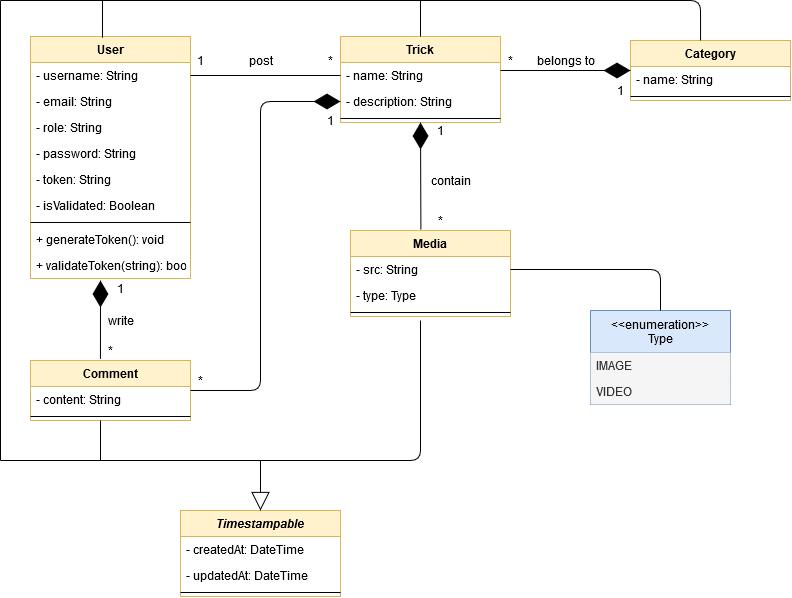
The draw.io diagram diagrams/Class.png in Eredost/SnowTricks, before a commit. Source tidied: cells renumbered, new cells last; positions are measured from the earlier drawing's top-left corner, leaving out a move shared by most shapes.
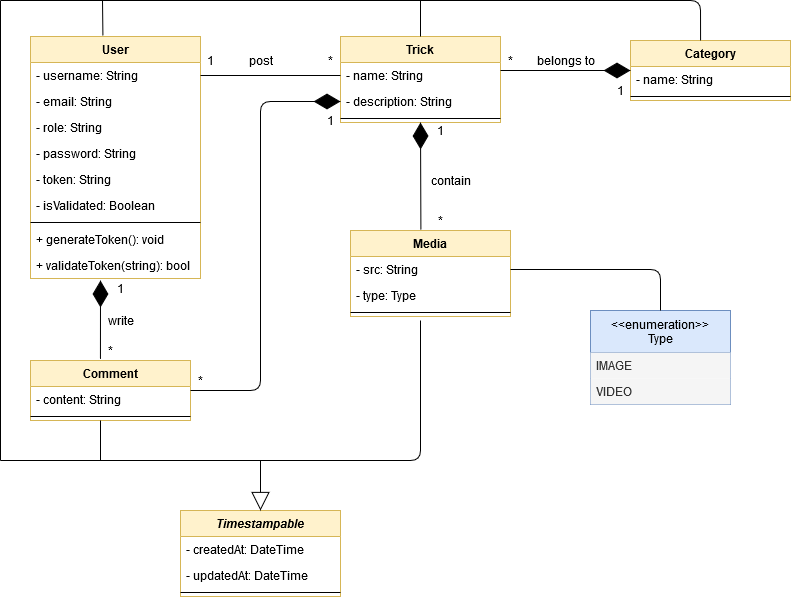
After the change.

Commit message:
docs: fix overflow on User object methods in class diagram

Change to the diagram source:
```diff
@@ -52,34 +52,34 @@
       </mxGeometry>
     </mxCell>
     <mxCell id="17" value="User" style="swimlane;fontStyle=1;align=center;verticalAlign=top;horizontal=1;startSize=26;fillColor=#fff2cc;strokeColor=#d6b656;" parent="1" vertex="1">
-      <mxGeometry x="30" y="36" width="160" height="242" as="geometry" />
+      <mxGeometry x="30" y="36" width="170" height="242" as="geometry" />
     </mxCell>
     <mxCell id="18" value="- username: String" style="text;strokeColor=none;fillColor=none;align=left;verticalAlign=top;spacingLeft=4;spacingRight=4;overflow=hidden;points=[[0,0.5],[1,0.5]];portConstraint=eastwest;" parent="17" vertex="1">
-      <mxGeometry y="26" width="160" height="26" as="geometry" />
+      <mxGeometry y="26" width="170" height="26" as="geometry" />
     </mxCell>
     <mxCell id="19" value="- email: String" style="text;strokeColor=none;fillColor=none;align=left;verticalAlign=top;spacingLeft=4;spacingRight=4;overflow=hidden;" parent="17" vertex="1">
-      <mxGeometry y="52" width="160" height="26" as="geometry" />
+      <mxGeometry y="52" width="170" height="26" as="geometry" />
     </mxCell>
     <mxCell id="20" value="- role: String" style="text;strokeColor=none;fillColor=none;align=left;verticalAlign=top;spacingLeft=4;spacingRight=4;overflow=hidden;" parent="17" vertex="1">
-      <mxGeometry y="78" width="160" height="26" as="geometry" />
+      <mxGeometry y="78" width="170" height="26" as="geometry" />
     </mxCell>
     <mxCell id="21" value="- password: String" style="text;strokeColor=none;fillColor=none;align=left;verticalAlign=top;spacingLeft=4;spacingRight=4;overflow=hidden;" parent="17" vertex="1">
-      <mxGeometry y="104" width="160" height="26" as="geometry" />
+      <mxGeometry y="104" width="170" height="26" as="geometry" />
     </mxCell>
     <mxCell id="22" value="- token: String" style="text;strokeColor=none;fillColor=none;align=left;verticalAlign=top;spacingLeft=4;spacingRight=4;overflow=hidden;" parent="17" vertex="1">
-      <mxGeometry y="130" width="160" height="26" as="geometry" />
+      <mxGeometry y="130" width="170" height="26" as="geometry" />
     </mxCell>
     <mxCell id="23" value="- isValidated: Boolean" style="text;strokeColor=none;fillColor=none;align=left;verticalAlign=top;spacingLeft=4;spacingRight=4;overflow=hidden;" parent="17" vertex="1">
-      <mxGeometry y="156" width="160" height="26" as="geometry" />
+      <mxGeometry y="156" width="170" height="26" as="geometry" />
     </mxCell>
     <mxCell id="24" style="line;strokeWidth=1;fillColor=none;align=left;verticalAlign=middle;spacingTop=-1;spacingLeft=3;spacingRight=3;labelPosition=right;" parent="17" vertex="1">
-      <mxGeometry y="182" width="160" height="8" as="geometry" />
+      <mxGeometry y="182" width="170" height="8" as="geometry" />
     </mxCell>
     <mxCell id="25" value="+ generateToken(): void" style="text;strokeColor=none;fillColor=none;align=left;verticalAlign=top;spacingLeft=4;spacingRight=4;overflow=hidden;" parent="17" vertex="1">
-      <mxGeometry y="190" width="160" height="26" as="geometry" />
+      <mxGeometry y="190" width="170" height="26" as="geometry" />
     </mxCell>
     <mxCell id="26" value="+ validateToken(string): bool" style="text;strokeColor=none;fillColor=none;align=left;verticalAlign=top;spacingLeft=4;spacingRight=4;overflow=hidden;" parent="17" vertex="1">
-      <mxGeometry y="216" width="160" height="26" as="geometry" />
+      <mxGeometry y="216" width="170" height="26" as="geometry" />
     </mxCell>
     <mxCell id="27" value="Comment" style="swimlane;fontStyle=1;align=center;verticalAlign=top;horizontal=1;startSize=26;fillColor=#fff2cc;strokeColor=#d6b656;" parent="1" vertex="1">
       <mxGeometry x="30" y="360" width="160" height="60" as="geometry" />
@@ -137,7 +137,7 @@
       <mxGeometry x="240" y="50" width="40" height="20" as="geometry" />
     </mxCell>
     <mxCell id="42" value="1" style="text;html=1;align=center;verticalAlign=middle;" parent="1" vertex="1">
-      <mxGeometry x="190" y="50" width="20" height="20" as="geometry" />
+      <mxGeometry x="200" y="50" width="20" height="20" as="geometry" />
     </mxCell>
     <mxCell id="43" value="*" style="text;html=1;align=center;verticalAlign=middle;" parent="1" vertex="1">
       <mxGeometry x="320" y="50" width="20" height="20" as="geometry" />
@@ -188,7 +188,7 @@
         <mxPoint x="420" as="targetPoint" />
       </mxGeometry>
     </mxCell>
-    <mxCell id="56" style="endArrow=none;html=1;exitX=0.45;exitY=0.005;exitDx=0;exitDy=0;exitPerimeter=0;" parent="1" edge="1" source="17">
+    <mxCell id="56" style="endArrow=none;html=1;exitX=0.426;exitY=-0.003;exitDx=0;exitDy=0;exitPerimeter=0;" parent="1" edge="1" source="17">
       <mxGeometry relative="1" as="geometry">
         <mxPoint x="102" as="targetPoint" />
       </mxGeometry>
```
